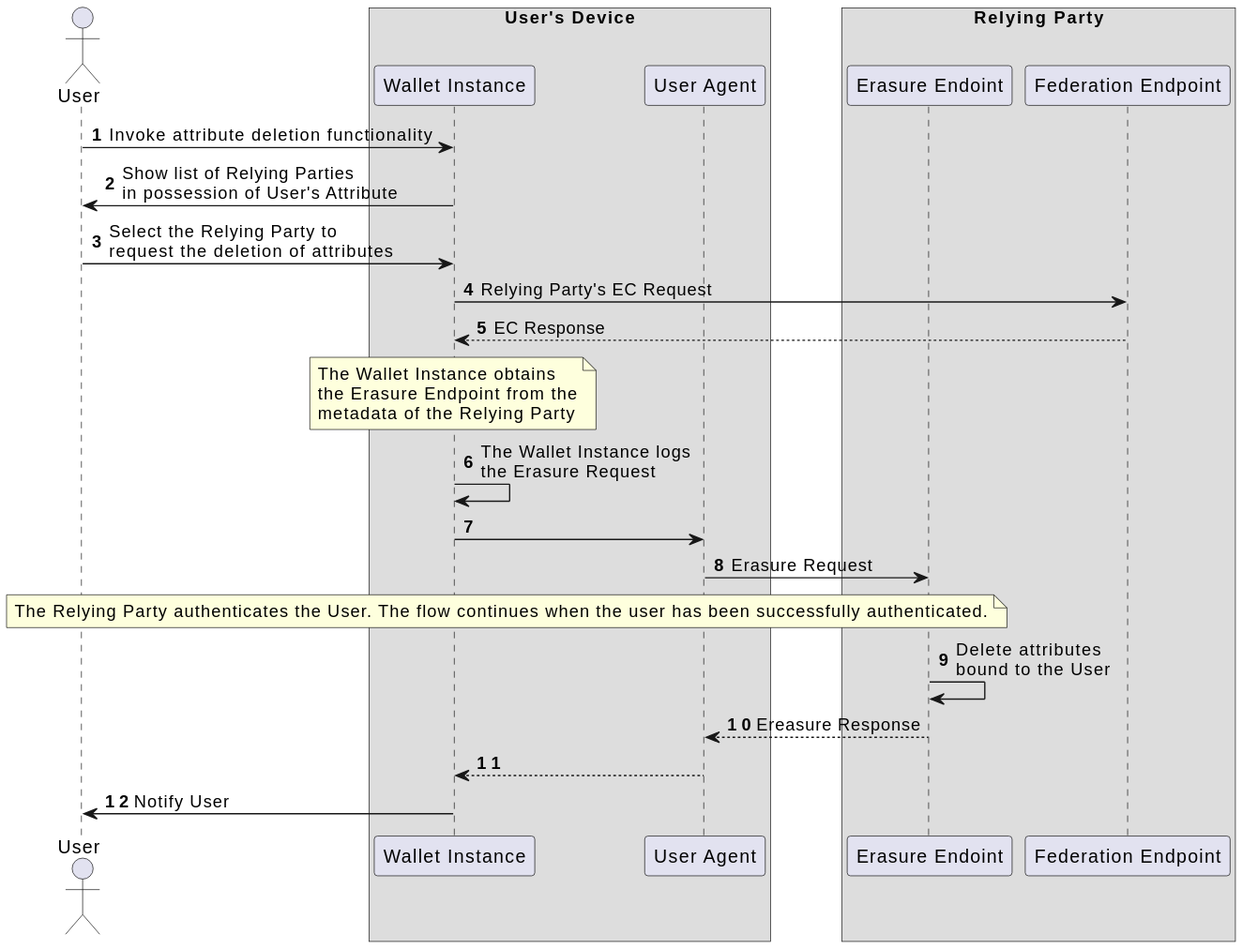
This is images/user's_data_deletion_flow.svg from fmarino-ipzs/eid-it-wallet-docs, a PlantUML export, as it was before one commit. The source it was exported from:
```plantuml
@startuml
autonumber
actor "User" as user

box User's Device
participant "Wallet Instance" as app
participant "User Agent" as ua
end box

box Relying Party
participant "Erasure Endoint" as eept
participant "Federation Endpoint" as fept
end box

  user -> app: Invoke attribute deletion functionality
  app -> user: Show list of Relying Parties \nin possession of User's Attribute
  user -> app: Select the Relying Party to \nrequest the deletion of attributes
  app -> fept: Relying Party's EC Request
  fept --> app: EC Response

  note over app
    The Wallet Instance obtains
    the Erasure Endpoint from the
    metadata of the Relying Party
  end note

  app -> app: The Wallet Instance logs \nthe Erasure Request
  app -> ua:
  ua -> eept: Erasure Request

  note over user, eept
    The Relying Party authenticates the User. The flow continues when the user has been successfully authenticated.
  end note

  eept -> eept: Delete attributes \nbound to the User
  eept --> ua: Ereasure Response

  ua --> app:
  app -> user: Notify User
@enduml
```
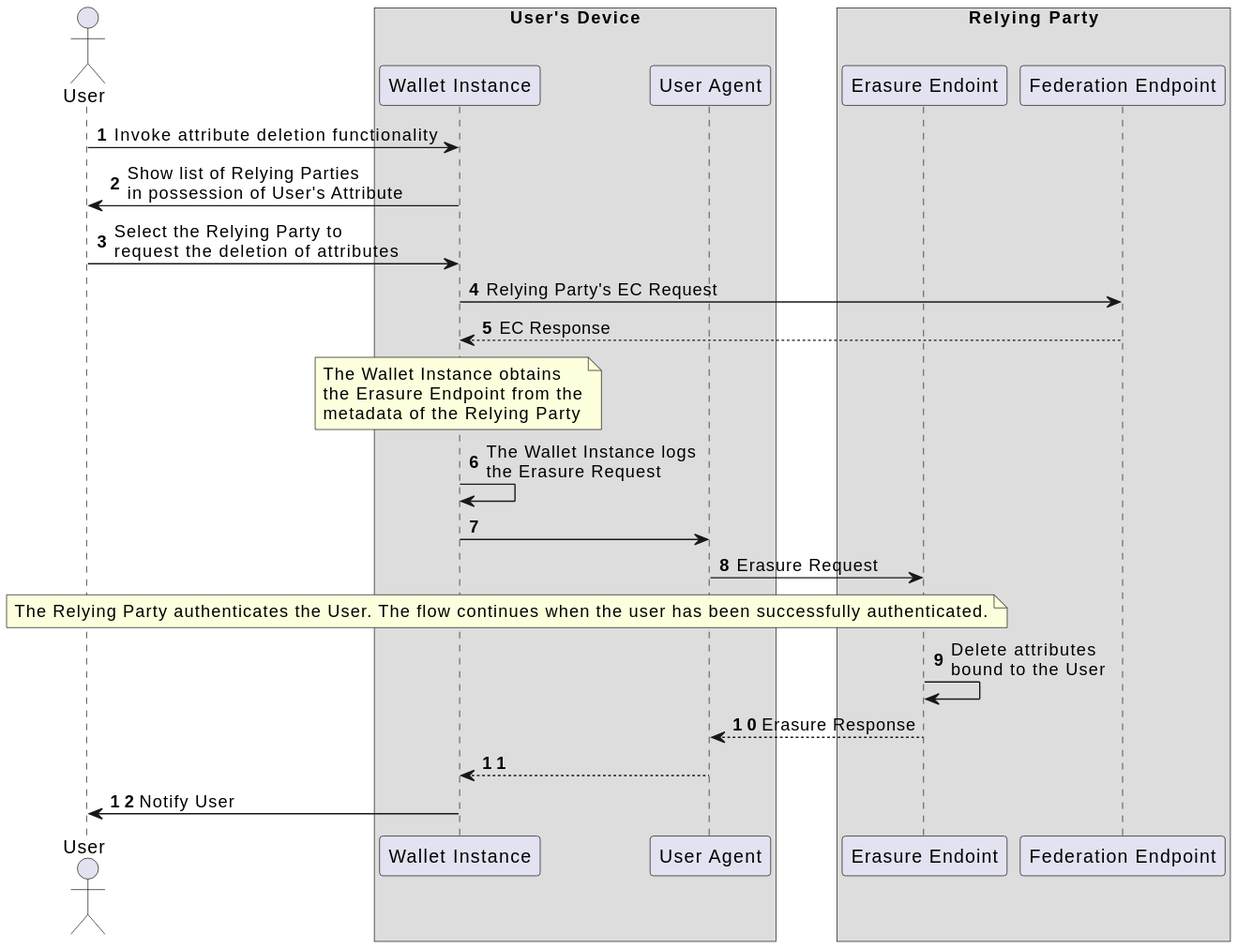
Later version of the same file.

Change to the diagram source:
```diff
@@ -33,7 +33,7 @@
   end note
 
   eept -> eept: Delete attributes \nbound to the User
-  eept --> ua: Ereasure Response
+  eept --> ua: Erasure Response
 
   ua --> app:
   app -> user: Notify User
```
